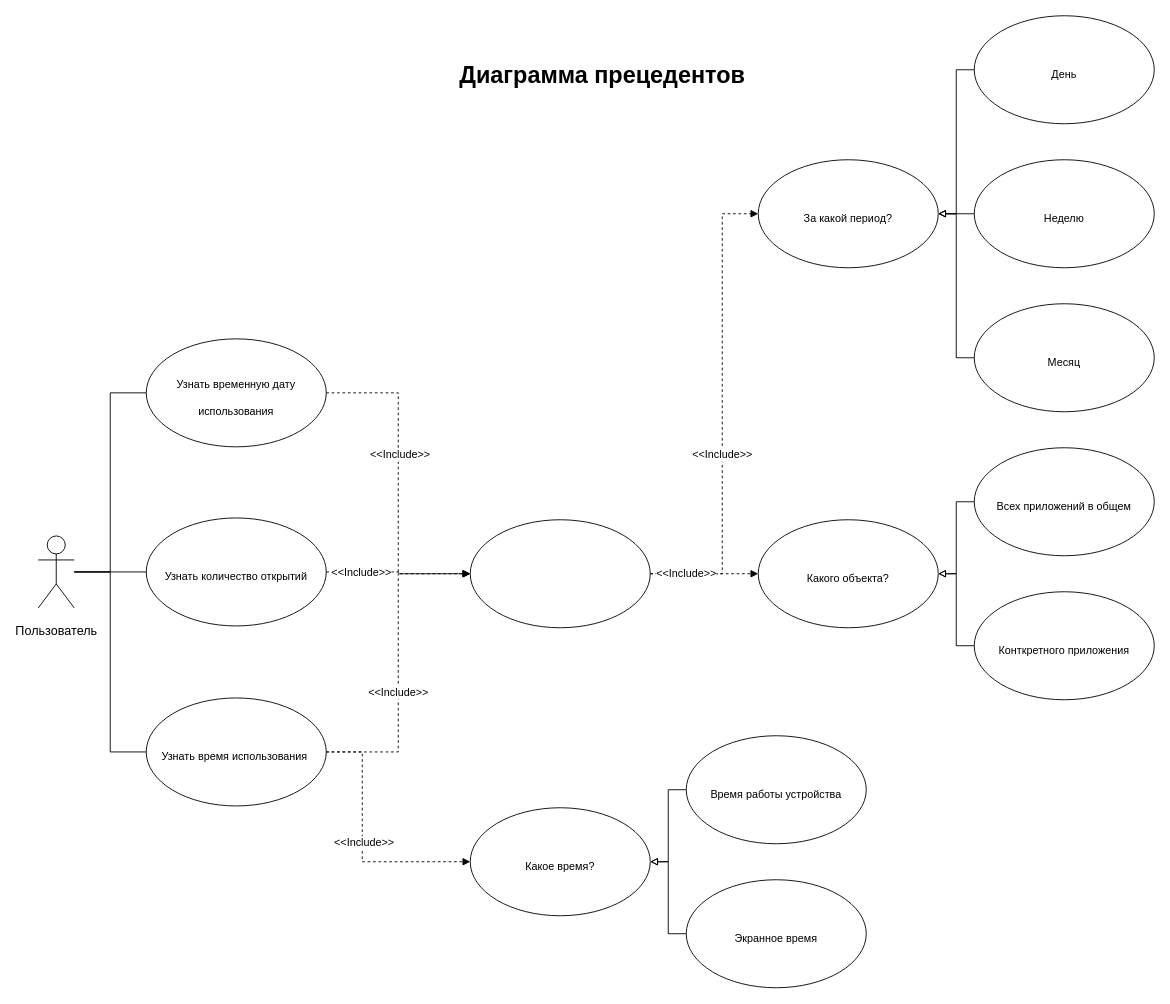
The draw.io diagram page "Диаграмма прецедентов" (2 of 4) of Specification.drawio in WinstonMDP/Profiler, before the edit. Source tidied: cells renumbered, new cells numbered last; positions are measured from the earlier drawing's top-left corner, leaving out a move shared by most shapes. Both pictures are drawn from the tidied source at 90%, with x=0, y=0 at pixel (38, 15).
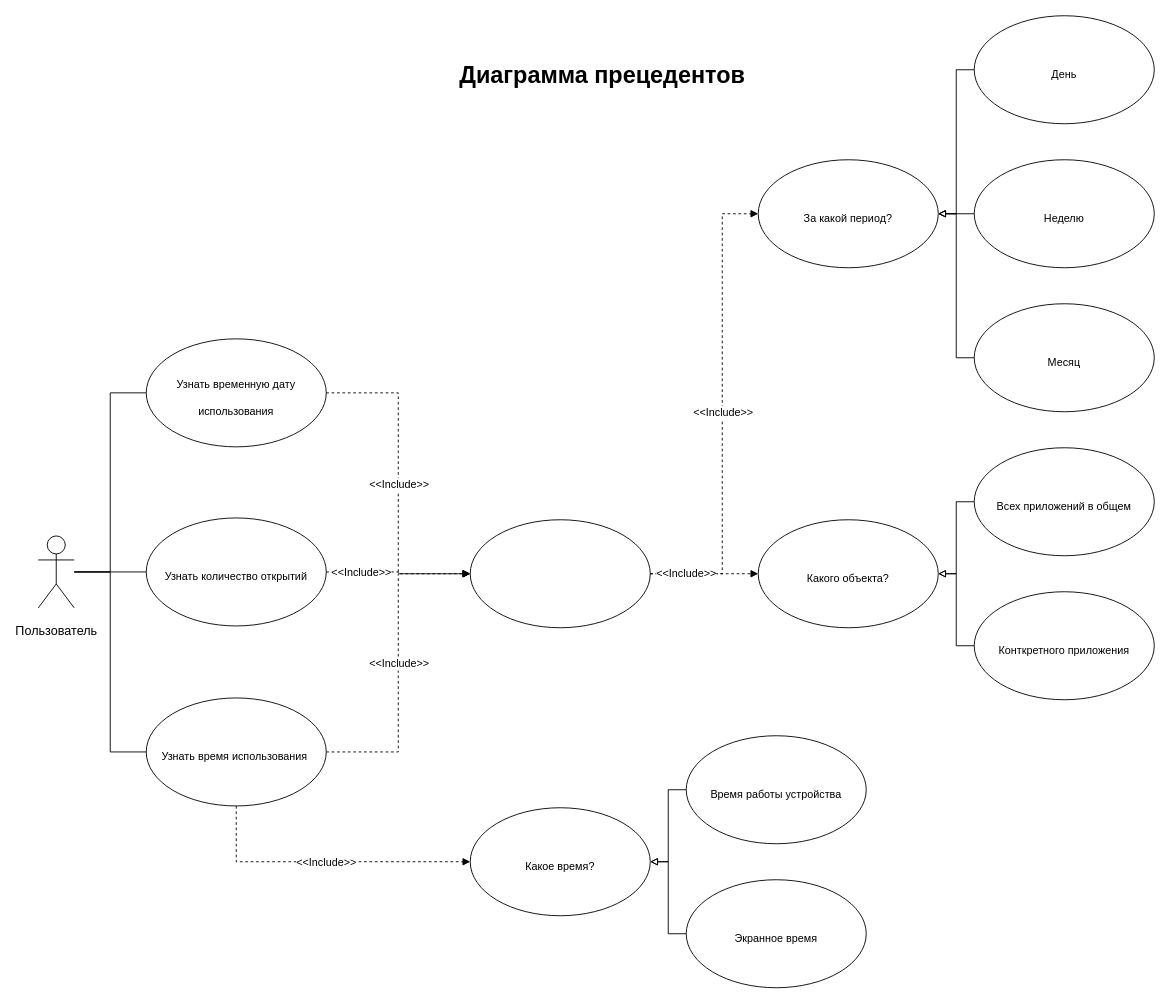
The same diagram, later.

Unchanged cells that the change refers to:
```xml
<mxCell id="11" style="edgeStyle=orthogonalEdgeStyle;rounded=0;jumpSize=6;jettySize=auto;html=1;entryX=0;entryY=0.5;entryDx=0;entryDy=0;fontSize=12;endArrow=block;endFill=1;endSize=6;dashed=1;" parent="1" edge="1" source="13" target="29">
  <mxGeometry relative="1" as="geometry" />
</mxCell>
<mxCell id="13" value="&lt;font style=&quot;font-size: 12px&quot;&gt;Узнать время использования&amp;nbsp;&lt;/font&gt;" style="ellipse;whiteSpace=wrap;html=1;fontFamily=Helvetica;fontSize=25;spacingBottom=0;" parent="1" vertex="1">
  <mxGeometry x="120" y="758" width="200" height="120" as="geometry" />
</mxCell>
<mxCell id="19" value="&lt;font style=&quot;font-size: 12px&quot;&gt;Какое время?&lt;/font&gt;" style="ellipse;whiteSpace=wrap;html=1;fontFamily=Helvetica;fontSize=25;spacingBottom=0;" parent="1" vertex="1">
  <mxGeometry x="480" y="880" width="200" height="120" as="geometry" />
</mxCell>
<mxCell id="32" style="edgeStyle=orthogonalEdgeStyle;rounded=0;jumpSize=6;jettySize=auto;html=1;entryX=0;entryY=0.5;entryDx=0;entryDy=0;fontSize=12;endArrow=block;endFill=1;endSize=6;dashed=1;exitX=1;exitY=0.5;exitDx=0;exitDy=0;" parent="1" edge="1" source="21" target="29">
  <mxGeometry relative="1" as="geometry" />
</mxCell>
<mxCell id="34" style="edgeStyle=orthogonalEdgeStyle;rounded=0;jumpSize=6;jettySize=auto;html=1;entryX=0;entryY=0.5;entryDx=0;entryDy=0;fontSize=12;endArrow=block;endFill=1;endSize=6;dashed=1;exitX=1;exitY=0.5;exitDx=0;exitDy=0;" parent="1" edge="1" source="29" target="22">
  <mxGeometry relative="1" as="geometry">
    <Array as="points">
      <mxPoint x="760" y="620" />
      <mxPoint x="760" y="220" />
    </Array>
  </mxGeometry>
</mxCell>
```

Change to the diagram source:
```diff
@@
     <mxCell id="12" value="&amp;lt;&amp;lt;Include&amp;gt;&amp;gt;" style="edgeLabel;html=1;align=center;verticalAlign=middle;fontSize=12;" parent="11" vertex="1">
-      <mxGeometry x="-0.18" y="1" relative="1" as="geometry" />
+      <mxGeometry relative="1" as="geometry" />
     </mxCell>
@@
     <mxCell id="33" value="&amp;lt;&amp;lt;Include&amp;gt;&amp;gt;" style="edgeLabel;html=1;align=center;verticalAlign=middle;fontSize=12;" parent="32" vertex="1">
-      <mxGeometry x="-0.18" y="1" relative="1" as="geometry" />
+      <mxGeometry relative="1" as="geometry" />
     </mxCell>
@@
     <mxCell id="35" value="&amp;lt;&amp;lt;Include&amp;gt;&amp;gt;" style="edgeLabel;html=1;align=center;verticalAlign=middle;fontSize=12;" parent="34" vertex="1">
-      <mxGeometry x="-0.18" y="1" relative="1" as="geometry" />
+      <mxGeometry relative="1" as="geometry" />
     </mxCell>
@@
-    <mxCell id="38" style="edgeStyle=orthogonalEdgeStyle;rounded=0;jumpSize=6;jettySize=auto;html=1;entryX=0;entryY=0.5;entryDx=0;entryDy=0;fontSize=12;endArrow=block;endFill=1;endSize=6;dashed=1;exitX=1;exitY=0.5;exitDx=0;exitDy=0;" parent="1" edge="1" source="13" target="19">
+    <mxCell id="38" style="edgeStyle=orthogonalEdgeStyle;rounded=0;jumpSize=6;jettySize=auto;html=1;entryX=0;entryY=0.5;entryDx=0;entryDy=0;fontSize=12;endArrow=block;endFill=1;endSize=6;dashed=1;exitX=0.5;exitY=1;exitDx=0;exitDy=0;" parent="1" edge="1" source="13" target="19">
       <mxGeometry relative="1" as="geometry">
         <Array as="points">
-          <mxPoint x="360" y="818" />
-          <mxPoint x="360" y="940" />
+          <mxPoint x="220" y="940" />
         </Array>
       </mxGeometry>
     </mxCell>
     <mxCell id="39" value="&amp;lt;&amp;lt;Include&amp;gt;&amp;gt;" style="edgeLabel;html=1;align=center;verticalAlign=middle;fontSize=12;" parent="38" vertex="1">
-      <mxGeometry x="-0.18" y="1" relative="1" as="geometry">
-        <mxPoint y="24" as="offset" />
-      </mxGeometry>
+      <mxGeometry relative="1" as="geometry" />
     </mxCell>
```
